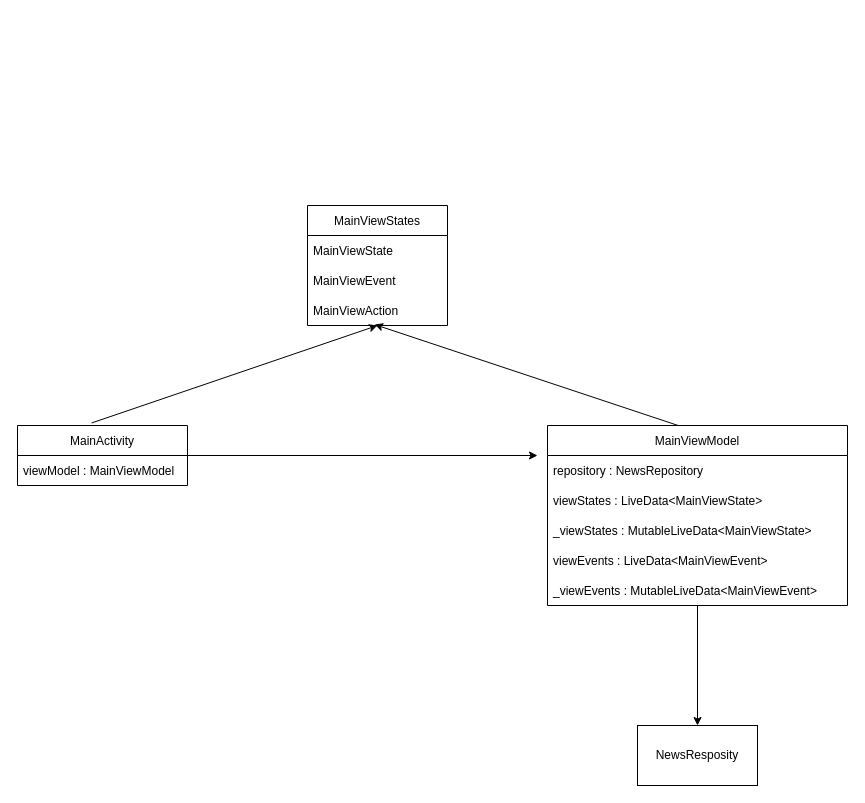
The draw.io diagram UML/MVI-Demo-UML.drawio in learningWu/draw.io, before the edit. Source tidied: cells renumbered, new cells numbered last; positions are measured from the earlier drawing's top-left corner, leaving out a move shared by most shapes. Both pictures are drawn from the tidied source at 100%, with x=0, y=0 at pixel (17, 205).
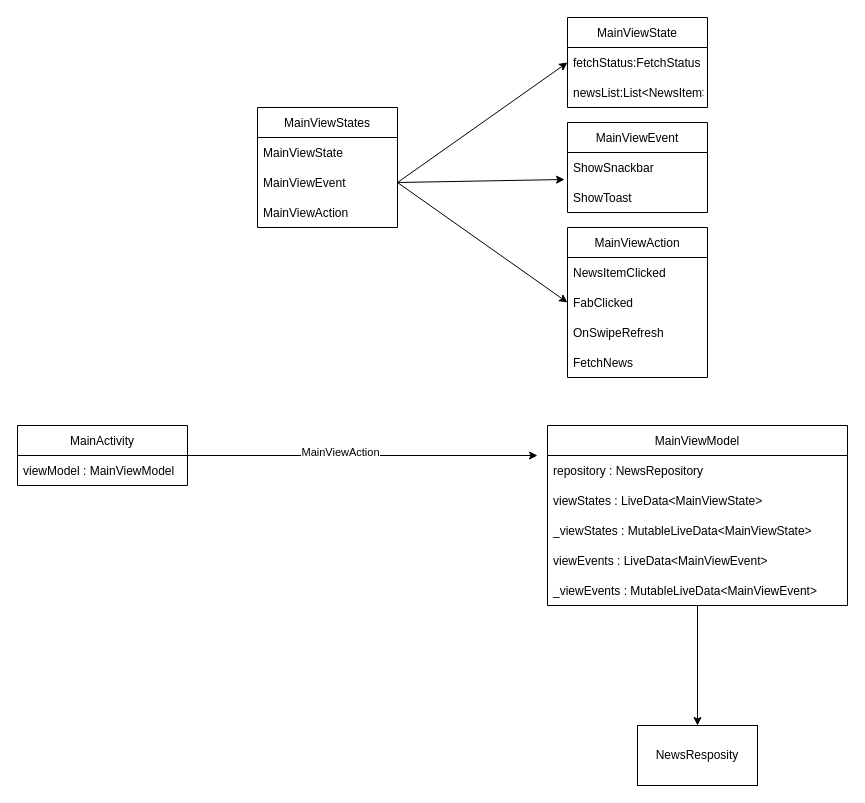
Above is the later version.

The change refers to these unchanged cells:
```xml
<mxCell id="5" value="MainViewEvent" style="text;strokeColor=none;fillColor=none;align=left;verticalAlign=middle;spacingLeft=4;spacingRight=4;overflow=hidden;points=[[0,0.5],[1,0.5]];portConstraint=eastwest;" parent="3" vertex="1">
  <mxGeometry y="60" width="140" height="30" as="geometry" />
</mxCell>
<mxCell id="6" value="MainViewAction" style="text;strokeColor=none;fillColor=none;align=left;verticalAlign=middle;spacingLeft=4;spacingRight=4;overflow=hidden;points=[[0,0.5],[1,0.5]];portConstraint=eastwest;" parent="3" vertex="1">
  <mxGeometry y="90" width="140" height="30" as="geometry" />
</mxCell>
<mxCell id="8" style="endArrow=classic;html=1;rounded=0;exitX=1;exitY=0.5;exitDx=0;exitDy=0;" parent="1" edge="1" source="17">
  <mxGeometry relative="1" as="geometry">
    <mxPoint x="520" y="250" as="targetPoint" />
  </mxGeometry>
</mxCell>
<mxCell id="11" value="MainViewModel" style="swimlane;fontStyle=0;horizontal=1;startSize=30;" parent="1" vertex="1">
  <mxGeometry x="530" y="220" width="300" height="180" as="geometry" />
</mxCell>
<mxCell id="17" value="MainActivity" style="swimlane;fontStyle=0;horizontal=1;startSize=30;" parent="1" vertex="1">
  <mxGeometry y="220" width="170" height="60" as="geometry" />
</mxCell>
```

Change to the diagram source:
```diff
@@
-    <mxCell id="2" style="rounded=0;jettySize=auto;html=1;exitX=0.436;exitY=-0.042;exitDx=0;exitDy=0;entryX=0.5;entryY=1;entryDx=0;entryDy=0;verticalAlign=top;exitPerimeter=0;" parent="1" edge="1" source="17" target="3">
-      <mxGeometry relative="1" as="geometry" />
-    </mxCell>
     <mxCell id="3" value="MainViewStates" style="swimlane;fontStyle=0;horizontal=1;startSize=30;" parent="1" vertex="1">
-      <mxGeometry x="290" width="140" height="120" as="geometry" />
+      <mxGeometry x="240" y="-98" width="140" height="120" as="geometry" />
     </mxCell>
@@
-    <mxCell id="7" style="edgeStyle=none;rounded=0;jettySize=auto;html=1;exitX=0.45;exitY=0.008;exitDx=0;exitDy=0;entryX=0.479;entryY=0.967;entryDx=0;entryDy=0;entryPerimeter=0;exitPerimeter=0;" parent="1" edge="1" source="11" target="6">
-      <mxGeometry relative="1" as="geometry" />
-    </mxCell>
@@
+    <mxCell id="19" value="MainViewAction" style="edgeLabel;html=1;align=center;verticalAlign=middle;" parent="8" vertex="1">
+      <mxGeometry x="-0.13" y="4" relative="1" as="geometry" />
+    </mxCell>
@@
+    <mxCell id="20" value="MainViewState" style="swimlane;fontStyle=0;horizontal=1;startSize=30;" parent="1" vertex="1">
+      <mxGeometry x="550" y="-188" width="140" height="90" as="geometry" />
+    </mxCell>
+    <mxCell id="21" value="fetchStatus:FetchStatus " style="text;strokeColor=none;fillColor=none;align=left;verticalAlign=middle;spacingLeft=4;spacingRight=4;overflow=hidden;points=[[0,0.5],[1,0.5]];portConstraint=eastwest;" parent="20" vertex="1">
+      <mxGeometry y="30" width="140" height="30" as="geometry" />
+    </mxCell>
+    <mxCell id="22" value="newsList:List&lt;NewsItem&gt;" style="text;strokeColor=none;fillColor=none;align=left;verticalAlign=middle;spacingLeft=4;spacingRight=4;overflow=hidden;" parent="20" vertex="1">
+      <mxGeometry y="60" width="140" height="30" as="geometry" />
+    </mxCell>
+    <mxCell id="23" style="endArrow=classic;html=1;rounded=0;entryX=0;entryY=0.5;entryDx=0;entryDy=0;exitX=1;exitY=0.5;exitDx=0;exitDy=0;" parent="1" edge="1" source="5" target="21">
+      <mxGeometry relative="1" as="geometry" />
+    </mxCell>
+    <mxCell id="24" value="MainViewEvent" style="swimlane;fontStyle=0;horizontal=1;startSize=30;" parent="1" vertex="1">
+      <mxGeometry x="550" y="-83" width="140" height="90" as="geometry" />
+    </mxCell>
+    <mxCell id="25" value="ShowSnackbar" style="text;strokeColor=none;fillColor=none;align=left;verticalAlign=middle;spacingLeft=4;spacingRight=4;overflow=hidden;points=[[0,0.5],[1,0.5]];portConstraint=eastwest;" parent="24" vertex="1">
+      <mxGeometry y="30" width="140" height="30" as="geometry" />
+    </mxCell>
+    <mxCell id="26" value="ShowToast" style="text;strokeColor=none;fillColor=none;align=left;verticalAlign=middle;spacingLeft=4;spacingRight=4;overflow=hidden;" parent="24" vertex="1">
+      <mxGeometry y="60" width="140" height="30" as="geometry" />
+    </mxCell>
+    <mxCell id="27" value="MainViewAction" style="swimlane;fontStyle=0;horizontal=1;startSize=30;" parent="1" vertex="1">
+      <mxGeometry x="550" y="22" width="140" height="150" as="geometry" />
+    </mxCell>
+    <mxCell id="28" value="NewsItemClicked" style="text;strokeColor=none;fillColor=none;align=left;verticalAlign=middle;spacingLeft=4;spacingRight=4;overflow=hidden;" parent="27" vertex="1">
+      <mxGeometry y="30" width="140" height="30" as="geometry" />
+    </mxCell>
+    <mxCell id="29" value="FabClicked" style="text;strokeColor=none;fillColor=none;align=left;verticalAlign=middle;spacingLeft=4;spacingRight=4;overflow=hidden;points=[[0,0.5],[1,0.5]];portConstraint=eastwest;" parent="27" vertex="1">
+      <mxGeometry y="60" width="140" height="30" as="geometry" />
+    </mxCell>
+    <mxCell id="30" value="OnSwipeRefresh" style="text;strokeColor=none;fillColor=none;align=left;verticalAlign=middle;spacingLeft=4;spacingRight=4;overflow=hidden;" parent="27" vertex="1">
+      <mxGeometry y="90" width="140" height="30" as="geometry" />
+    </mxCell>
+    <mxCell id="31" value="FetchNews" style="text;strokeColor=none;fillColor=none;align=left;verticalAlign=middle;spacingLeft=4;spacingRight=4;overflow=hidden;" parent="27" vertex="1">
+      <mxGeometry y="120" width="140" height="30" as="geometry" />
+    </mxCell>
+    <mxCell id="32" style="endArrow=classic;html=1;rounded=0;entryX=-0.021;entryY=0.9;entryDx=0;entryDy=0;exitX=1;exitY=0.5;exitDx=0;exitDy=0;entryPerimeter=0;" parent="1" edge="1" source="5" target="25">
+      <mxGeometry relative="1" as="geometry" />
+    </mxCell>
+    <mxCell id="33" style="endArrow=classic;html=1;rounded=0;entryX=0;entryY=0.5;entryDx=0;entryDy=0;exitX=1;exitY=0.5;exitDx=0;exitDy=0;" parent="1" edge="1" source="5" target="29">
+      <mxGeometry relative="1" as="geometry" />
+    </mxCell>
```
